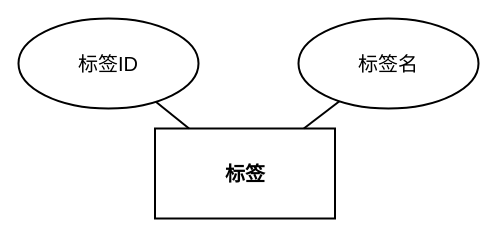
The draw.io diagram DOCS/architecture-diagrams/sources/实体图/tags/tags_entity.drawio in 612cs/TrailQuest, before the edit. Source tidied: cells renumbered, new cells numbered last; positions are measured from the earlier drawing's top-left corner, leaving out a move shared by most shapes. Both pictures are drawn from the tidied source at 100%, with x=0, y=0 at pixel (18, 18).
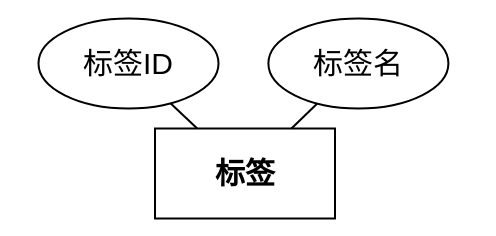
The same page after the edit.

Diff of the diagram source:
```diff
@@
 <mxGraphModel>
   <root>
     <mxCell id="0" />
     <mxCell id="1" parent="0" />
-    <mxCell id="2" value="标签" style="rounded=0;whiteSpace=wrap;html=1;fillColor=none;strokeColor=#000000;fontColor=#000000;fontFamily=Arial;fontSize=20;fontStyle=1;align=center;verticalAlign=middle;strokeWidth=2;gradientColor=none;shadow=0;glass=0;" parent="1" vertex="1">
+    <mxCell id="2" value="标签" style="rounded=0;whiteSpace=wrap;html=1;fillColor=none;strokeColor=#000000;fontColor=#000000;fontFamily=Arial;fontSize=30;fontStyle=1;align=center;verticalAlign=middle;strokeWidth=2;gradientColor=none;shadow=0;glass=0;" parent="1" vertex="1">
       <mxGeometry x="136.5" y="110" width="180" height="90" as="geometry" />
     </mxCell>
-    <mxCell id="3" value="标签ID" style="ellipse;whiteSpace=wrap;html=1;fillColor=none;strokeColor=#000000;fontColor=#000000;fontFamily=Arial;fontSize=20;align=center;verticalAlign=middle;strokeWidth=2;gradientColor=none;shadow=0;glass=0;" parent="1" vertex="1">
-      <mxGeometry width="180" height="90" as="geometry" />
+    <mxCell id="3" value="标签ID" style="ellipse;whiteSpace=wrap;html=1;fillColor=none;strokeColor=#000000;fontColor=#000000;fontFamily=Arial;fontSize=30;align=center;verticalAlign=middle;strokeWidth=2;gradientColor=none;shadow=0;glass=0;" parent="1" vertex="1">
+      <mxGeometry x="20" width="180" height="90" as="geometry" />
     </mxCell>
-    <mxCell id="4" value="标签名" style="ellipse;whiteSpace=wrap;html=1;fillColor=none;strokeColor=#000000;fontColor=#000000;fontFamily=Arial;fontSize=20;align=center;verticalAlign=middle;strokeWidth=2;gradientColor=none;shadow=0;glass=0;" parent="1" vertex="1">
-      <mxGeometry x="280" width="180" height="90" as="geometry" />
+    <mxCell id="4" value="标签名" style="ellipse;whiteSpace=wrap;html=1;fillColor=none;strokeColor=#000000;fontColor=#000000;fontFamily=Arial;fontSize=30;align=center;verticalAlign=middle;strokeWidth=2;gradientColor=none;shadow=0;glass=0;" parent="1" vertex="1">
+      <mxGeometry x="249.9" width="180" height="90" as="geometry" />
     </mxCell>
-    <mxCell id="5" style="endArrow=none;html=1;rounded=0;strokeColor=#000000;strokeWidth=2;" parent="1" edge="1" source="2" target="3">
+    <mxCell id="5" style="endArrow=none;html=1;rounded=0;strokeColor=#000000;strokeWidth=2;fontSize=30;" parent="1" edge="1" source="2" target="3">
       <mxGeometry relative="1" as="geometry" />
     </mxCell>
-    <mxCell id="6" style="endArrow=none;html=1;rounded=0;strokeColor=#000000;strokeWidth=2;" parent="1" edge="1" source="2" target="4">
+    <mxCell id="6" style="endArrow=none;html=1;rounded=0;strokeColor=#000000;strokeWidth=2;fontSize=30;" parent="1" edge="1" source="2" target="4">
       <mxGeometry relative="1" as="geometry" />
     </mxCell>
   </root>
 </mxGraphModel>
```
